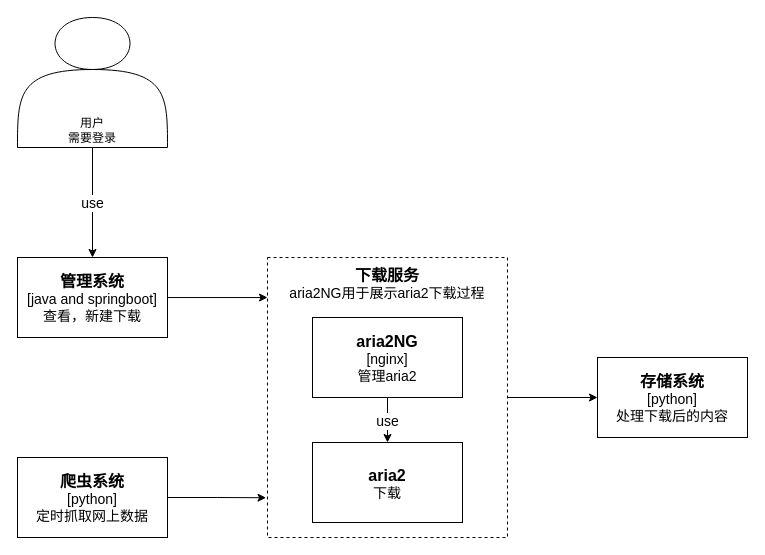
This is 下载服务/下载服务.drawio from cui2000/uml, a draw.io file, before an edit. Source tidied: cells renumbered, new cells numbered last; positions are measured from the earlier drawing's top-left corner, leaving out a move shared by most shapes. Both pictures are drawn from the tidied source at 100%, with x=0, y=0 at pixel (17, 17).
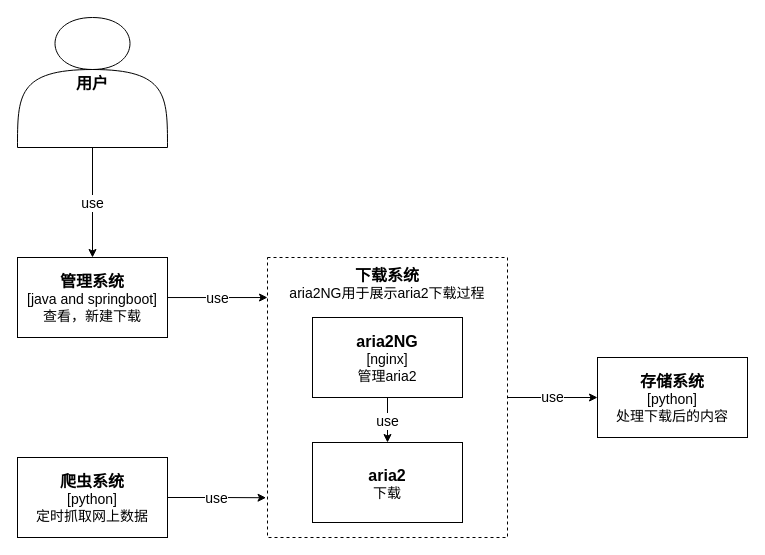
After the change.

Commit message (it also covers changes not shown here):
更新下载服务.drawio

Diff of the diagram source:
```diff
@@
 <mxGraphModel>
   <root>
     <mxCell id="0" />
     <mxCell id="1" parent="0" />
     <mxCell id="2" value="use" style="edgeStyle=orthogonalEdgeStyle;rounded=0;jettySize=auto;html=1;exitX=0.5;exitY=1;exitDx=0;exitDy=0;entryX=0.5;entryY=0;entryDx=0;entryDy=0;fontSize=14;spacingTop=2;" parent="1" edge="1" source="3" target="5">
       <mxGeometry relative="1" as="geometry" />
     </mxCell>
-    <mxCell id="3" value="用户&lt;br&gt;需要登录" style="shape=actor;whiteSpace=wrap;html=1;verticalAlign=bottom;spacingTop=2;" parent="1" vertex="1">
+    <mxCell id="3" value="&lt;font style=&quot;font-size: 16px&quot;&gt;&lt;b&gt;用户&lt;/b&gt;&lt;br&gt;&lt;/font&gt;" style="shape=actor;whiteSpace=wrap;html=1;verticalAlign=middle;spacingTop=2;" parent="1" vertex="1">
       <mxGeometry width="150" height="130" as="geometry" />
     </mxCell>
-    <mxCell id="4" style="edgeStyle=orthogonalEdgeStyle;rounded=0;jettySize=auto;html=1;entryX=0;entryY=0.143;entryDx=0;entryDy=0;entryPerimeter=0;fontSize=14;spacingTop=2;" parent="1" edge="1" source="5" target="9">
+    <mxCell id="4" value="use" style="edgeStyle=orthogonalEdgeStyle;rounded=0;jettySize=auto;html=1;entryX=0;entryY=0.143;entryDx=0;entryDy=0;entryPerimeter=0;fontSize=14;spacingTop=2;" parent="1" edge="1" source="5" target="9">
       <mxGeometry relative="1" as="geometry" />
     </mxCell>
     <mxCell id="5" value="&lt;font&gt;&lt;span style=&quot;font-weight: bold ; font-size: 16px&quot;&gt;管理系统&lt;/span&gt;&lt;br&gt;&lt;font style=&quot;font-size: 14px&quot;&gt;[java and springboot]&lt;br&gt;&lt;/font&gt;查看，新建下载&lt;br&gt;&lt;/font&gt;" style="rounded=0;whiteSpace=wrap;html=1;fontSize=14;verticalAlign=middle;spacingTop=2;" parent="1" vertex="1">
       <mxGeometry y="240" width="150" height="80" as="geometry" />
     </mxCell>
-    <mxCell id="6" style="edgeStyle=orthogonalEdgeStyle;rounded=0;jettySize=auto;html=1;exitX=1;exitY=0.5;exitDx=0;exitDy=0;entryX=-0.006;entryY=0.858;entryDx=0;entryDy=0;entryPerimeter=0;fontSize=14;spacingTop=2;" parent="1" edge="1" source="7" target="9">
+    <mxCell id="6" value="use" style="edgeStyle=orthogonalEdgeStyle;rounded=0;jettySize=auto;html=1;exitX=1;exitY=0.5;exitDx=0;exitDy=0;entryX=-0.006;entryY=0.858;entryDx=0;entryDy=0;entryPerimeter=0;fontSize=14;spacingTop=2;" parent="1" edge="1" source="7" target="9">
       <mxGeometry relative="1" as="geometry" />
     </mxCell>
     <mxCell id="7" value="&lt;b&gt;&lt;font style=&quot;font-size: 16px&quot;&gt;爬虫系统&lt;/font&gt;&lt;/b&gt;&lt;br&gt;[python]&lt;br&gt;定时抓取网上数据" style="rounded=0;whiteSpace=wrap;html=1;fontSize=14;verticalAlign=middle;spacingTop=2;" parent="1" vertex="1">
       <mxGeometry y="440" width="150" height="80" as="geometry" />
     </mxCell>
     <mxCell id="8" style="group;spacingTop=2;" parent="1" vertex="1">
       <mxGeometry x="250" y="240" width="240" height="280" as="geometry" />
     </mxCell>
-    <mxCell id="9" value="&lt;font style=&quot;font-size: 16px&quot;&gt;&lt;b&gt;下载服务&lt;/b&gt;&lt;/font&gt;&lt;br&gt;aria2NG用于展示aria2下载过程" style="rounded=0;whiteSpace=wrap;html=1;fontSize=14;verticalAlign=top;dashed=1;spacingTop=2;" parent="8" vertex="1">
+    <mxCell id="9" value="&lt;font style=&quot;font-size: 16px&quot;&gt;&lt;b&gt;下载系统&lt;/b&gt;&lt;/font&gt;&lt;br&gt;aria2NG用于展示aria2下载过程" style="rounded=0;whiteSpace=wrap;html=1;fontSize=14;verticalAlign=top;dashed=1;spacingTop=2;spacing=2;spacingBottom=0;" parent="8" vertex="1">
       <mxGeometry width="240" height="280" as="geometry" />
     </mxCell>
     <mxCell id="10" value="&lt;font&gt;&lt;b&gt;&lt;font style=&quot;font-size: 16px&quot;&gt;aria2NG&lt;/font&gt;&lt;/b&gt;&lt;br&gt;[nginx]&lt;br&gt;管理aria2&lt;br&gt;&lt;/font&gt;" style="rounded=0;whiteSpace=wrap;html=1;verticalAlign=middle;fontSize=14;spacingTop=2;" parent="8" vertex="1">
       <mxGeometry x="45" y="60" width="150" height="80" as="geometry" />
     </mxCell>
     <mxCell id="11" value="&lt;font style=&quot;font-size: 16px&quot;&gt;&lt;b&gt;aria2&lt;br&gt;&lt;/b&gt;&lt;/font&gt;下载" style="rounded=0;whiteSpace=wrap;html=1;verticalAlign=middle;fontSize=14;spacingTop=2;" parent="8" vertex="1">
       <mxGeometry x="45" y="185" width="150" height="80" as="geometry" />
     </mxCell>
     <mxCell id="12" value="use" style="edgeStyle=orthogonalEdgeStyle;rounded=0;jettySize=auto;html=1;fontSize=14;spacingTop=2;" parent="8" edge="1" source="10" target="11">
       <mxGeometry relative="1" as="geometry" />
     </mxCell>
     <mxCell id="13" value="&lt;font&gt;&lt;span style=&quot;font-weight: bold ; font-size: 16px&quot;&gt;存储系统&lt;/span&gt;&lt;br&gt;&lt;font style=&quot;font-size: 14px&quot;&gt;[python]&lt;br&gt;&lt;/font&gt;处理下载后的内容&lt;br&gt;&lt;/font&gt;" style="rounded=0;whiteSpace=wrap;html=1;fontSize=14;verticalAlign=middle;spacingTop=2;" parent="1" vertex="1">
       <mxGeometry x="580" y="340" width="150" height="80" as="geometry" />
     </mxCell>
-    <mxCell id="14" style="edgeStyle=orthogonalEdgeStyle;rounded=0;jettySize=auto;html=1;exitX=1;exitY=0.5;exitDx=0;exitDy=0;entryX=0;entryY=0.5;entryDx=0;entryDy=0;fontSize=14;" parent="1" edge="1" source="9" target="13">
+    <mxCell id="14" value="use" style="edgeStyle=orthogonalEdgeStyle;rounded=0;jettySize=auto;html=1;exitX=1;exitY=0.5;exitDx=0;exitDy=0;entryX=0;entryY=0.5;entryDx=0;entryDy=0;fontSize=14;" parent="1" edge="1" source="9" target="13">
       <mxGeometry relative="1" as="geometry" />
     </mxCell>
   </root>
 </mxGraphModel>
```
